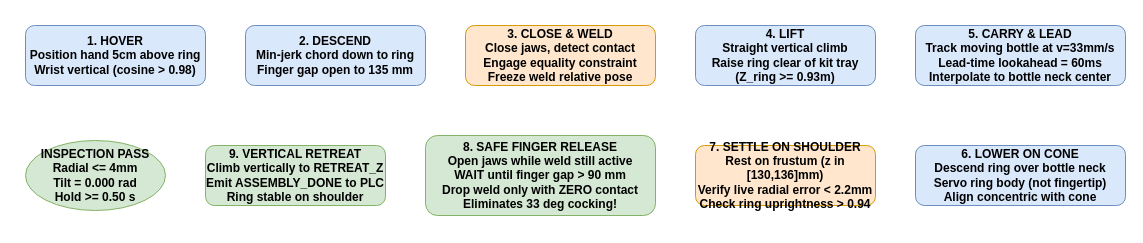
Above: solution/diagrams/pick_and_place_pipeline.drawio in Gagan-v04/advaitic-robotic-systems-assignment (draw.io), before the change. Source tidied: cells renumbered, new cells numbered last; positions are measured from the earlier drawing's top-left corner, leaving out a move shared by most shapes. Both pictures are drawn from the tidied source at 100%, with x=0, y=0 at pixel (25, 25).
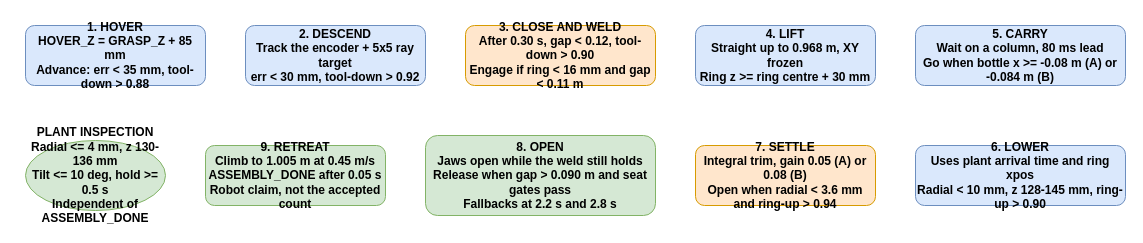
After the change.

What changed in the source:
```diff
@@
 <mxGraphModel>
   <root>
     <mxCell id="0" />
     <mxCell id="1" parent="0" />
-    <mxCell id="2" value="1. HOVER&#10;Position hand 5cm above ring&#10;Wrist vertical (cosine &gt; 0.98)" style="rounded=1;whiteSpace=wrap;html=1;fillColor=#dae8fc;strokeColor=#6c8ebf;fontStyle=1;" parent="1" vertex="1">
+    <mxCell id="2" value="1. HOVER&#10;HOVER_Z = GRASP_Z + 85 mm&#10;Advance: err &lt; 35 mm, tool-down &gt; 0.88" style="rounded=1;whiteSpace=wrap;html=1;fillColor=#dae8fc;strokeColor=#6c8ebf;fontStyle=1;" parent="1" vertex="1">
       <mxGeometry width="180" height="60" as="geometry" />
     </mxCell>
-    <mxCell id="3" value="2. DESCEND&#10;Min-jerk chord down to ring&#10;Finger gap open to 135 mm" style="rounded=1;whiteSpace=wrap;html=1;fillColor=#dae8fc;strokeColor=#6c8ebf;fontStyle=1;" parent="1" vertex="1">
+    <mxCell id="3" value="2. DESCEND&#10;Track the encoder + 5x5 ray target&#10;err &lt; 30 mm, tool-down &gt; 0.92" style="rounded=1;whiteSpace=wrap;html=1;fillColor=#dae8fc;strokeColor=#6c8ebf;fontStyle=1;" parent="1" vertex="1">
       <mxGeometry x="220" width="180" height="60" as="geometry" />
     </mxCell>
-    <mxCell id="4" value="3. CLOSE &amp; WELD&#10;Close jaws, detect contact&#10;Engage equality constraint&#10;Freeze weld relative pose" style="rounded=1;whiteSpace=wrap;html=1;fillColor=#ffe6cc;strokeColor=#d79b00;fontStyle=1;" parent="1" vertex="1">
+    <mxCell id="4" value="3. CLOSE AND WELD&#10;After 0.30 s, gap &lt; 0.12, tool-down &gt; 0.90&#10;Engage if ring &lt; 16 mm and gap &lt; 0.11 m" style="rounded=1;whiteSpace=wrap;html=1;fillColor=#ffe6cc;strokeColor=#d79b00;fontStyle=1;" parent="1" vertex="1">
       <mxGeometry x="440" width="190" height="60" as="geometry" />
     </mxCell>
-    <mxCell id="5" value="4. LIFT&#10;Straight vertical climb&#10;Raise ring clear of kit tray&#10;(Z_ring &gt;= 0.93m)" style="rounded=1;whiteSpace=wrap;html=1;fillColor=#dae8fc;strokeColor=#6c8ebf;fontStyle=1;" parent="1" vertex="1">
+    <mxCell id="5" value="4. LIFT&#10;Straight up to 0.968 m, XY frozen&#10;Ring z &gt;= ring centre + 30 mm" style="rounded=1;whiteSpace=wrap;html=1;fillColor=#dae8fc;strokeColor=#6c8ebf;fontStyle=1;" parent="1" vertex="1">
       <mxGeometry x="670" width="180" height="60" as="geometry" />
     </mxCell>
-    <mxCell id="6" value="5. CARRY &amp; LEAD&#10;Track moving bottle at v=33mm/s&#10;Lead-time lookahead = 60ms&#10;Interpolate to bottle neck center" style="rounded=1;whiteSpace=wrap;html=1;fillColor=#dae8fc;strokeColor=#6c8ebf;fontStyle=1;" parent="1" vertex="1">
+    <mxCell id="6" value="5. CARRY&#10;Wait on a column, 80 ms lead&#10;Go when bottle x &gt;= -0.08 m (A) or -0.084 m (B)" style="rounded=1;whiteSpace=wrap;html=1;fillColor=#dae8fc;strokeColor=#6c8ebf;fontStyle=1;" parent="1" vertex="1">
       <mxGeometry x="890" width="210" height="60" as="geometry" />
     </mxCell>
-    <mxCell id="7" value="6. LOWER ON CONE&#10;Descend ring over bottle neck&#10;Servo ring body (not fingertip)&#10;Align concentric with cone" style="rounded=1;whiteSpace=wrap;html=1;fillColor=#dae8fc;strokeColor=#6c8ebf;fontStyle=1;" parent="1" vertex="1">
+    <mxCell id="7" value="6. LOWER&#10;Uses plant arrival time and ring xpos&#10;Radial &lt; 10 mm, z 128-145 mm, ring-up &gt; 0.90" style="rounded=1;whiteSpace=wrap;html=1;fillColor=#dae8fc;strokeColor=#6c8ebf;fontStyle=1;" parent="1" vertex="1">
       <mxGeometry x="890" y="120" width="210" height="60" as="geometry" />
     </mxCell>
-    <mxCell id="8" value="7. SETTLE ON SHOULDER&#10;Rest on frustum (z in [130,136]mm)&#10;Verify live radial error &lt; 2.2mm&#10;Check ring uprightness &gt; 0.94" style="rounded=1;whiteSpace=wrap;html=1;fillColor=#ffe6cc;strokeColor=#d79b00;fontStyle=1;" parent="1" vertex="1">
+    <mxCell id="8" value="7. SETTLE&#10;Integral trim, gain 0.05 (A) or 0.08 (B)&#10;Open when radial &lt; 3.6 mm and ring-up &gt; 0.94" style="rounded=1;whiteSpace=wrap;html=1;fillColor=#ffe6cc;strokeColor=#d79b00;fontStyle=1;" parent="1" vertex="1">
       <mxGeometry x="670" y="120" width="180" height="60" as="geometry" />
     </mxCell>
-    <mxCell id="9" value="8. SAFE FINGER RELEASE&#10;Open jaws while weld still active&#10;WAIT until finger gap &gt; 90 mm&#10;Drop weld only with ZERO contact&#10;Eliminates 33 deg cocking!" style="rounded=1;whiteSpace=wrap;html=1;fillColor=#d5e8d4;strokeColor=#82b366;fontStyle=1;" parent="1" vertex="1">
+    <mxCell id="9" value="8. OPEN&#10;Jaws open while the weld still holds&#10;Release when gap &gt; 0.090 m and seat gates pass&#10;Fallbacks at 2.2 s and 2.8 s" style="rounded=1;whiteSpace=wrap;html=1;fillColor=#d5e8d4;strokeColor=#82b366;fontStyle=1;" parent="1" vertex="1">
       <mxGeometry x="400" y="110" width="230" height="80" as="geometry" />
     </mxCell>
-    <mxCell id="10" value="9. VERTICAL RETREAT&#10;Climb vertically to RETREAT_Z&#10;Emit ASSEMBLY_DONE to PLC&#10;Ring stable on shoulder" style="rounded=1;whiteSpace=wrap;html=1;fillColor=#d5e8d4;strokeColor=#82b366;fontStyle=1;" parent="1" vertex="1">
+    <mxCell id="10" value="9. RETREAT&#10;Climb to 1.005 m at 0.45 m/s&#10;ASSEMBLY_DONE after 0.05 s&#10;Robot claim, not the accepted count" style="rounded=1;whiteSpace=wrap;html=1;fillColor=#d5e8d4;strokeColor=#82b366;fontStyle=1;" parent="1" vertex="1">
       <mxGeometry x="180" y="120" width="180" height="60" as="geometry" />
     </mxCell>
-    <mxCell id="11" value="INSPECTION PASS&#10;Radial &lt;= 4mm&#10;Tilt = 0.000 rad&#10;Hold &gt;= 0.50 s" style="ellipse;whiteSpace=wrap;html=1;fillColor=#d5e8d4;strokeColor=#82b366;fontStyle=1;" parent="1" vertex="1">
+    <mxCell id="11" value="PLANT INSPECTION&#10;Radial &lt;= 4 mm, z 130-136 mm&#10;Tilt &lt;= 10 deg, hold &gt;= 0.5 s&#10;Independent of ASSEMBLY_DONE" style="ellipse;whiteSpace=wrap;html=1;fillColor=#d5e8d4;strokeColor=#82b366;fontStyle=1;" parent="1" vertex="1">
       <mxGeometry y="115" width="140" height="70" as="geometry" />
     </mxCell>
     <mxCell id="12" style="edgeStyle=orthogonalEdgeStyle;rounded=0;html=1;strokeWidth=2;" parent="1" edge="1" source="2" target="3" />
     <mxCell id="13" style="edgeStyle=orthogonalEdgeStyle;rounded=0;html=1;strokeWidth=2;" parent="1" edge="1" source="3" target="4" />
     <mxCell id="14" style="edgeStyle=orthogonalEdgeStyle;rounded=0;html=1;strokeWidth=2;" parent="1" edge="1" source="4" target="5" />
     <mxCell id="15" style="edgeStyle=orthogonalEdgeStyle;rounded=0;html=1;strokeWidth=2;" parent="1" edge="1" source="5" target="6" />
     <mxCell id="16" style="edgeStyle=orthogonalEdgeStyle;rounded=0;html=1;strokeWidth=2;" parent="1" edge="1" source="6" target="7" />
     <mxCell id="17" style="edgeStyle=orthogonalEdgeStyle;rounded=0;html=1;strokeWidth=2;" parent="1" edge="1" source="7" target="8" />
     <mxCell id="18" style="edgeStyle=orthogonalEdgeStyle;rounded=0;html=1;strokeWidth=2;" parent="1" edge="1" source="8" target="9" />
     <mxCell id="19" style="edgeStyle=orthogonalEdgeStyle;rounded=0;html=1;strokeWidth=2;" parent="1" edge="1" source="9" target="10" />
     <mxCell id="20" style="edgeStyle=orthogonalEdgeStyle;rounded=0;html=1;strokeWidth=2;" parent="1" edge="1" source="10" target="11" />
   </root>
 </mxGraphModel>
```
